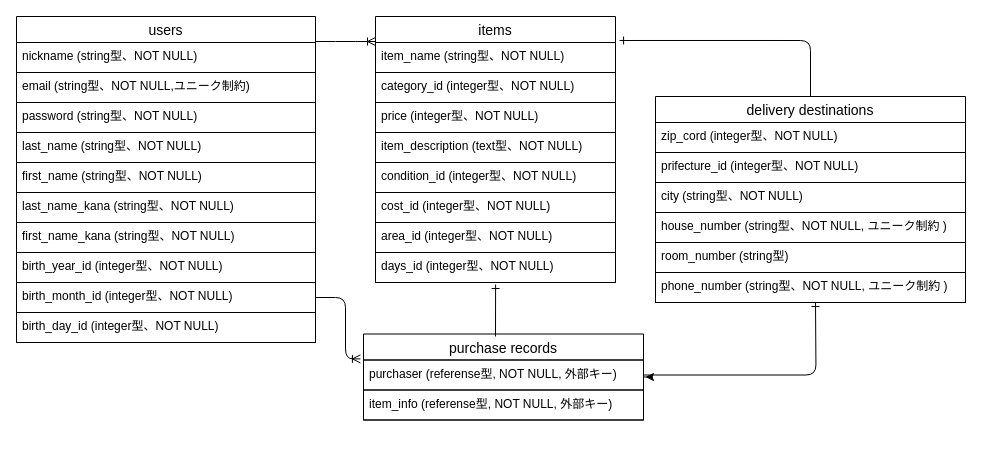
Before: fruima_ER.dio in sorairo580/furima-39405, a draw.io diagram. Source tidied: cells renumbered, new cells numbered last; positions are measured from the earlier drawing's top-left corner, leaving out a move shared by most shapes. Both pictures are drawn from the tidied source at 100%, with x=0, y=0 at pixel (16, 16).
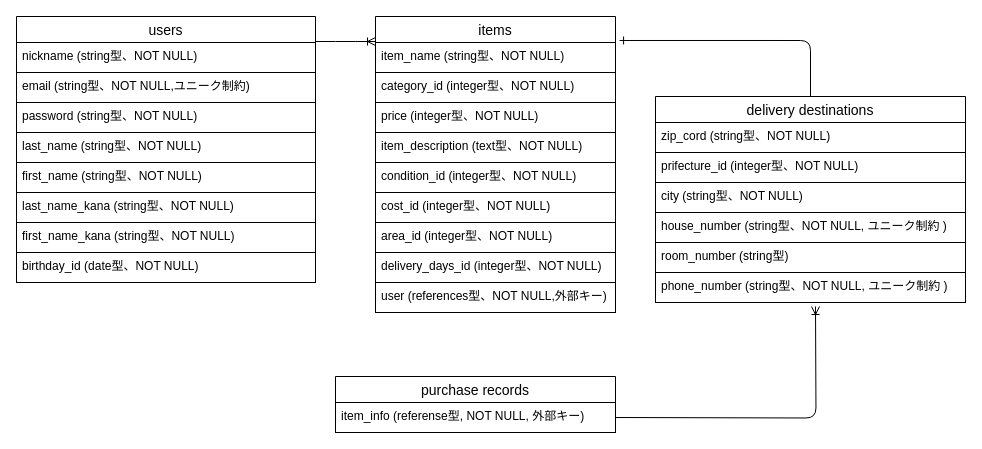
The same page after the edit.

Unchanged cells that the change refers to:
```xml
<mxCell id="29" value="delivery destinations" style="swimlane;fontStyle=0;horizontal=1;startSize=26;align=center;fontSize=14;strokeColor=#000000;" parent="1" vertex="1">
  <mxGeometry x="639" y="80" width="310" height="206" as="geometry" />
</mxCell>
```

Change to the diagram source:
```diff
@@
     <mxCell id="2" value="users" style="swimlane;fontStyle=0;horizontal=1;startSize=26;align=center;fontSize=14;strokeColor=#000000;" parent="1" vertex="1">
-      <mxGeometry width="299" height="326" as="geometry" />
+      <mxGeometry width="299" height="266" as="geometry" />
     </mxCell>
@@
-    <mxCell id="10" value="birth_year_id (integer型、NOT NULL)" style="text;strokeColor=#000000;fillColor=none;spacingLeft=4;spacingRight=4;overflow=hidden;fontSize=12;" parent="2" vertex="1">
+    <mxCell id="10" value="birthday_id (date型、NOT NULL)" style="text;strokeColor=#000000;fillColor=none;spacingLeft=4;spacingRight=4;overflow=hidden;fontSize=12;" parent="2" vertex="1">
       <mxGeometry y="236" width="299" height="30" as="geometry" />
     </mxCell>
-    <mxCell id="11" value="birth_month_id (integer型、NOT NULL)" style="text;strokeColor=#000000;fillColor=none;spacingLeft=4;spacingRight=4;overflow=hidden;fontSize=12;" parent="2" vertex="1">
-      <mxGeometry y="266" width="299" height="30" as="geometry" />
-    </mxCell>
-    <mxCell id="12" value="birth_day_id (integer型、NOT NULL)" style="text;strokeColor=#000000;fillColor=none;spacingLeft=4;spacingRight=4;overflow=hidden;fontSize=12;" parent="2" vertex="1">
-      <mxGeometry y="296" width="299" height="30" as="geometry" />
-    </mxCell>
@@
     <mxCell id="14" value="items" style="swimlane;fontStyle=0;horizontal=1;startSize=26;align=center;fontSize=14;strokeColor=#000000;" parent="1" vertex="1">
-      <mxGeometry x="359" width="240" height="266" as="geometry" />
+      <mxGeometry x="359" width="240" height="296" as="geometry" />
     </mxCell>
@@
-    <mxCell id="22" value="days_id (integer型、NOT NULL)" style="text;strokeColor=#000000;fillColor=none;spacingLeft=4;spacingRight=4;overflow=hidden;fontSize=12;" parent="14" vertex="1">
+    <mxCell id="22" value="delivery_days_id (integer型、NOT NULL)" style="text;strokeColor=#000000;fillColor=none;spacingLeft=4;spacingRight=4;overflow=hidden;fontSize=12;" parent="14" vertex="1">
       <mxGeometry y="236" width="240" height="30" as="geometry" />
     </mxCell>
-    <mxCell id="23" style="edgeStyle=elbowEdgeStyle;fontSize=15;html=1;endArrow=ERoneToMany;exitX=1;exitY=0.5;exitDx=0;exitDy=0;entryX=-0.011;entryY=-0.037;entryDx=0;entryDy=0;entryPerimeter=0;strokeColor=#000000;" parent="1" edge="1" target="26">
-      <mxGeometry relative="1" as="geometry">
-        <mxPoint x="299" y="281" as="sourcePoint" />
-        <Array as="points">
-          <mxPoint x="329" y="310" />
-        </Array>
-      </mxGeometry>
-    </mxCell>
-    <mxCell id="24" style="edgeStyle=orthogonalEdgeStyle;html=1;strokeColor=#000000;" parent="1" edge="1" source="25">
-      <mxGeometry relative="1" as="geometry">
-        <mxPoint x="629" y="360.5" as="targetPoint" />
-      </mxGeometry>
-    </mxCell>
+    <mxCell id="38" value="user (references型、NOT NULL,外部キー)" style="text;strokeColor=#000000;fillColor=none;spacingLeft=4;spacingRight=4;overflow=hidden;fontSize=12;" parent="14" vertex="1">
+      <mxGeometry y="266" width="240" height="30" as="geometry" />
+    </mxCell>
     <mxCell id="25" value="purchase records" style="swimlane;fontStyle=0;horizontal=1;startSize=26;align=center;fontSize=14;strokeColor=#000000;" parent="1" vertex="1">
-      <mxGeometry x="347" y="317.5" width="280" height="86" as="geometry" />
+      <mxGeometry x="319" y="360" width="280" height="56" as="geometry" />
     </mxCell>
-    <mxCell id="26" value="purchaser (referense型, NOT NULL, 外部キー)&#10;" style="text;strokeColor=#000000;fillColor=none;spacingLeft=4;spacingRight=4;overflow=hidden;points=[[0,0.5],[1,0.5]];portConstraint=eastwest;fontSize=12;" parent="25" vertex="1">
-      <mxGeometry y="26" width="280" height="30" as="geometry" />
-    </mxCell>
     <mxCell id="27" value="item_info (referense型, NOT NULL, 外部キー)&#10;" style="text;strokeColor=#000000;fillColor=none;spacingLeft=4;spacingRight=4;overflow=hidden;fontSize=12;" parent="25" vertex="1">
-      <mxGeometry y="56" width="280" height="30" as="geometry" />
+      <mxGeometry y="26" width="280" height="30" as="geometry" />
     </mxCell>
@@
-    <mxCell id="30" value="zip_cord (integer型、NOT NULL)" style="text;strokeColor=#000000;fillColor=none;spacingLeft=4;spacingRight=4;overflow=hidden;fontSize=12;" parent="29" vertex="1">
+    <mxCell id="30" value="zip_cord (string型、NOT NULL)" style="text;strokeColor=#000000;fillColor=none;spacingLeft=4;spacingRight=4;overflow=hidden;fontSize=12;" parent="29" vertex="1">
       <mxGeometry y="26" width="310" height="30" as="geometry" />
     </mxCell>
@@
-    <mxCell id="36" style="fontSize=12;html=1;endArrow=ERone;endFill=1;entryX=0.513;entryY=1.067;entryDx=0;entryDy=0;entryPerimeter=0;strokeColor=#000000;" parent="1" edge="1">
-      <mxGeometry relative="1" as="geometry">
-        <mxPoint x="479" y="320" as="sourcePoint" />
-        <mxPoint x="479.1" y="268" as="targetPoint" />
-      </mxGeometry>
-    </mxCell>
-    <mxCell id="37" style="edgeStyle=orthogonalEdgeStyle;fontSize=12;html=1;endArrow=ERone;endFill=1;exitX=1;exitY=0.5;exitDx=0;exitDy=0;entryX=1.017;entryY=-0.067;entryDx=0;entryDy=0;entryPerimeter=0;strokeColor=#000000;" parent="1" edge="1" source="26">
-      <mxGeometry relative="1" as="geometry">
-        <mxPoint x="799" y="286" as="targetPoint" />
-      </mxGeometry>
-    </mxCell>
+    <mxCell id="39" style="edgeStyle=orthogonalEdgeStyle;fontSize=15;html=1;endArrow=ERoneToMany;strokeColor=#000000;exitX=1;exitY=0.5;exitDx=0;exitDy=0;" parent="1" edge="1">
+      <mxGeometry relative="1" as="geometry">
+        <mxPoint x="599" y="401" as="sourcePoint" />
+        <mxPoint x="799" y="290" as="targetPoint" />
+      </mxGeometry>
+    </mxCell>
```
